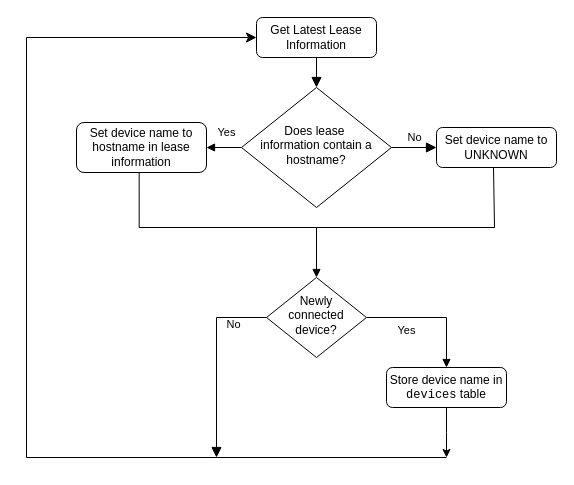
Before: Untitled Diagram.drawio in smalih/iot_monitor, a draw.io diagram. Source tidied: cells renumbered, new cells numbered last; positions are measured from the earlier drawing's top-left corner, leaving out a move shared by most shapes. Both pictures are drawn from the tidied source at 100%, with x=0, y=0 at pixel (26, 17).
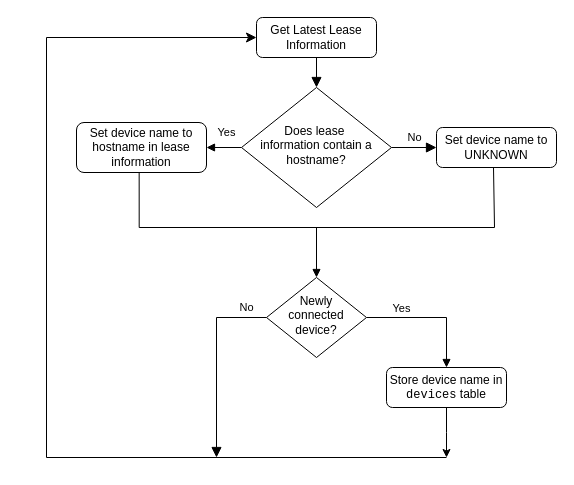
After the change.

The change refers to these unchanged cells:
```xml
<mxCell id="3" value="Get Latest Lease Information" style="rounded=1;whiteSpace=wrap;html=1;fontSize=12;glass=0;strokeWidth=1;shadow=0;" parent="1" vertex="1">
  <mxGeometry x="230" width="120" height="40" as="geometry" />
</mxCell>
<mxCell id="9" style="edgeStyle=orthogonalEdgeStyle;rounded=0;jettySize=auto;html=1;entryX=0.5;entryY=0;entryDx=0;entryDy=0;endArrow=block;endFill=1;" parent="1" edge="1" source="10" target="14">
  <mxGeometry relative="1" as="geometry" />
</mxCell>
<mxCell id="10" value="Newly connected device?" style="rhombus;whiteSpace=wrap;html=1;shadow=0;fontFamily=Helvetica;fontSize=12;align=center;strokeWidth=1;spacing=6;spacingTop=-4;" parent="1" vertex="1">
  <mxGeometry x="240" y="260" width="100" height="80" as="geometry" />
</mxCell>
```

Diff of the diagram source:
```diff
@@
     <mxCell id="8" value="No" style="rounded=0;html=1;jettySize=auto;fontSize=11;endArrow=block;endFill=1;endSize=8;strokeWidth=1;shadow=0;labelBackgroundColor=none;edgeStyle=orthogonalEdgeStyle;" parent="1" edge="1" source="10">
-      <mxGeometry x="-0.4" y="17" relative="1" as="geometry">
+      <mxGeometry x="-0.79" y="-10" relative="1" as="geometry">
         <mxPoint x="190" y="440" as="targetPoint" />
         <Array as="points">
           <mxPoint x="190" y="300" />
         </Array>
       </mxGeometry>
     </mxCell>
@@
+    <mxCell id="15" value="Yes" style="edgeLabel;html=1;align=center;verticalAlign=middle;" parent="9" vertex="1">
+      <mxGeometry x="-0.47" y="1" relative="1" as="geometry">
+        <mxPoint y="-9" as="offset" />
+      </mxGeometry>
+    </mxCell>
@@
-    <mxCell id="15" value="&lt;font style=&quot;font-size: 11px;&quot;&gt;Yes&lt;/font&gt;" style="text;html=1;align=center;verticalAlign=middle;strokeColor=none;fillColor=none;" parent="1" vertex="1">
-      <mxGeometry x="360" y="298" width="40" height="30" as="geometry" />
-    </mxCell>
@@
     <mxCell id="18" style="edgeStyle=elbowEdgeStyle;elbow=horizontal;endArrow=classic;html=1;curved=0;rounded=0;endSize=8;startSize=8;entryX=0;entryY=0.5;entryDx=0;entryDy=0;" parent="1" edge="1" target="3">
       <mxGeometry relative="1" as="geometry">
         <mxPoint x="420" y="440" as="sourcePoint" />
         <Array as="points">
-          <mxPoint y="60" />
+          <mxPoint x="20" y="230" />
         </Array>
       </mxGeometry>
     </mxCell>
```
